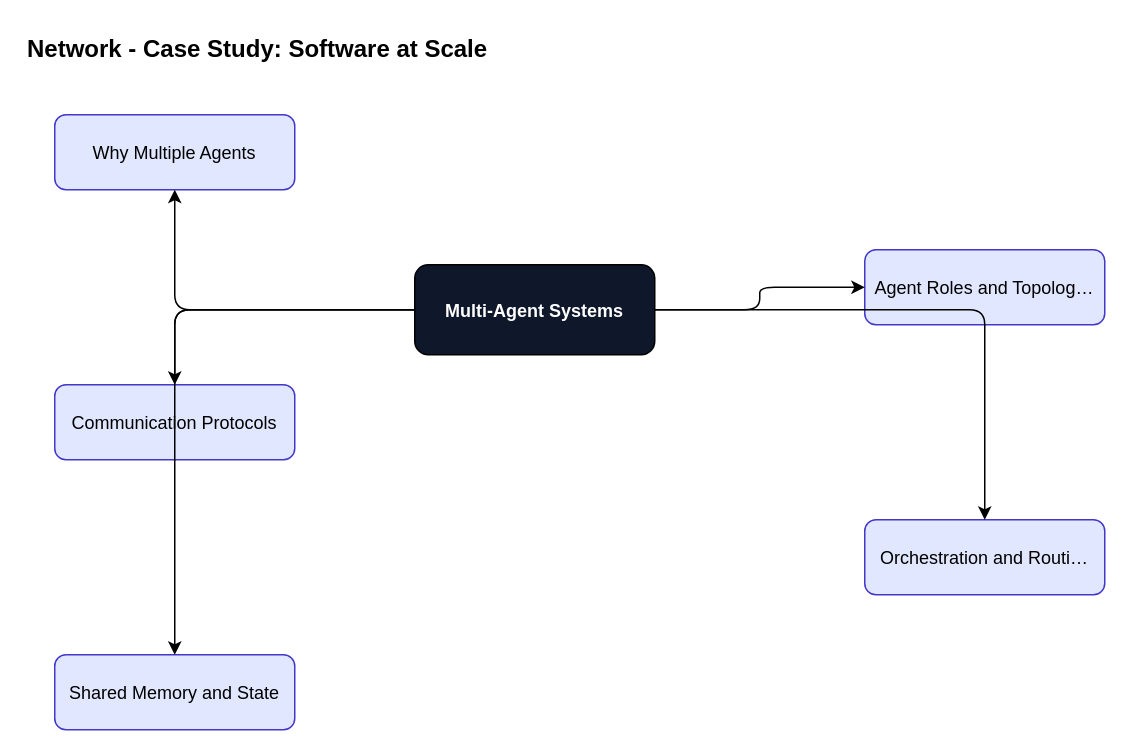
Earlier version of the draw.io diagram content/multi-agent-systems/multi-agent-systems-foundations/diagrams/fig-023-network.drawio (ankit05121980/AI-University). Source tidied: cells renumbered, new cells numbered last; positions are measured from the earlier drawing's top-left corner, leaving out a move shared by most shapes. Both pictures are drawn from the tidied source at 150%, with x=0, y=0 at pixel (24, 24).
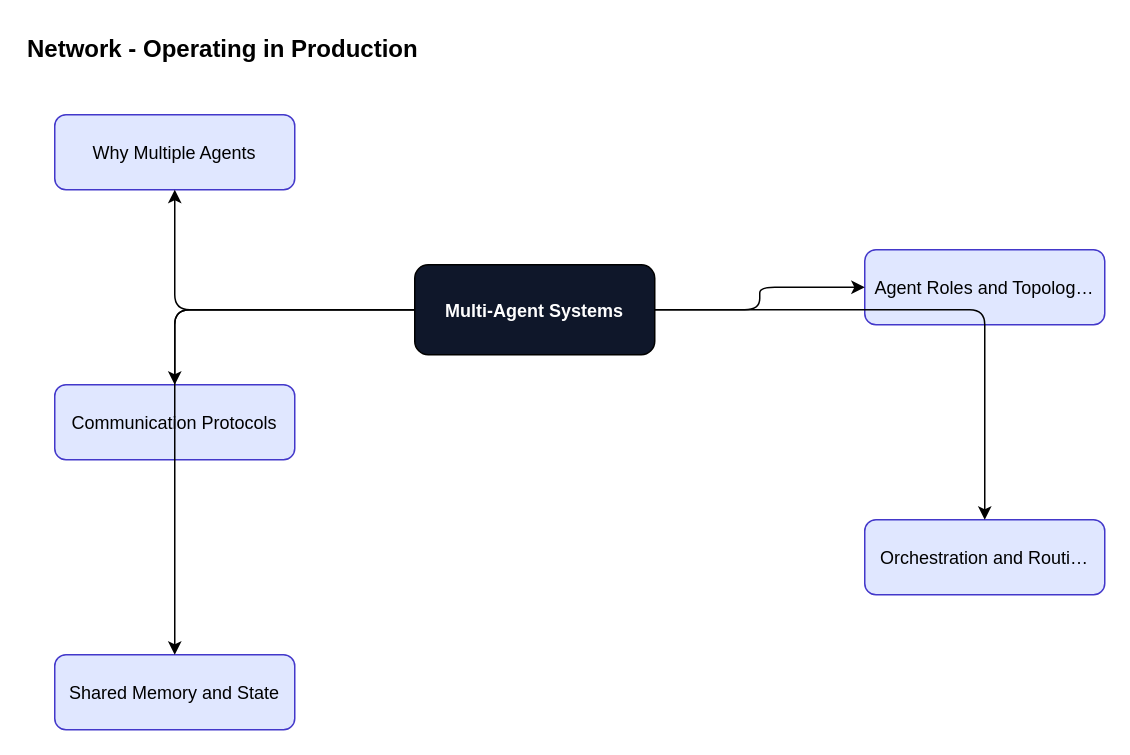
The same diagram, later.

What changed in the source:
```diff
@@
 <mxGraphModel>
   <root>
     <mxCell id="0" />
     <mxCell id="1" parent="0" />
-    <mxCell id="2" value="Network - Case Study: Software at Scale" style="text;fontSize=16;fontStyle=1;" parent="1" vertex="1">
+    <mxCell id="2" value="Network - Operating in Production" style="text;fontSize=16;fontStyle=1;" parent="1" vertex="1">
       <mxGeometry width="600" height="30" as="geometry" />
     </mxCell>
     <mxCell id="3" value="Multi-Agent Systems" style="rounded=1;fillColor=#0f172a;fontColor=#ffffff;fontStyle=1;" parent="1" vertex="1">
       <mxGeometry x="260" y="160" width="160" height="60" as="geometry" />
     </mxCell>
     <mxCell id="4" value="Why Multiple Agents" style="rounded=1;fillColor=#e0e7ff;strokeColor=#4338ca;" parent="1" vertex="1">
       <mxGeometry x="20" y="60" width="160" height="50" as="geometry" />
     </mxCell>
     <mxCell id="5" style="edgeStyle=orthogonalEdgeStyle;" parent="1" edge="1" source="3" target="4">
       <mxGeometry relative="1" as="geometry" />
     </mxCell>
     <mxCell id="6" value="Agent Roles and Topolog…" style="rounded=1;fillColor=#e0e7ff;strokeColor=#4338ca;" parent="1" vertex="1">
       <mxGeometry x="560" y="150" width="160" height="50" as="geometry" />
     </mxCell>
     <mxCell id="7" style="edgeStyle=orthogonalEdgeStyle;" parent="1" edge="1" source="3" target="6">
       <mxGeometry relative="1" as="geometry" />
     </mxCell>
     <mxCell id="8" value="Communication Protocols" style="rounded=1;fillColor=#e0e7ff;strokeColor=#4338ca;" parent="1" vertex="1">
       <mxGeometry x="20" y="240" width="160" height="50" as="geometry" />
     </mxCell>
     <mxCell id="9" style="edgeStyle=orthogonalEdgeStyle;" parent="1" edge="1" source="3" target="8">
       <mxGeometry relative="1" as="geometry" />
     </mxCell>
     <mxCell id="10" value="Orchestration and Routi…" style="rounded=1;fillColor=#e0e7ff;strokeColor=#4338ca;" parent="1" vertex="1">
       <mxGeometry x="560" y="330" width="160" height="50" as="geometry" />
     </mxCell>
     <mxCell id="11" style="edgeStyle=orthogonalEdgeStyle;" parent="1" edge="1" source="3" target="10">
       <mxGeometry relative="1" as="geometry" />
     </mxCell>
     <mxCell id="12" value="Shared Memory and State" style="rounded=1;fillColor=#e0e7ff;strokeColor=#4338ca;" parent="1" vertex="1">
       <mxGeometry x="20" y="420" width="160" height="50" as="geometry" />
     </mxCell>
     <mxCell id="13" style="edgeStyle=orthogonalEdgeStyle;" parent="1" edge="1" source="3" target="12">
       <mxGeometry relative="1" as="geometry" />
     </mxCell>
   </root>
 </mxGraphModel>
```
